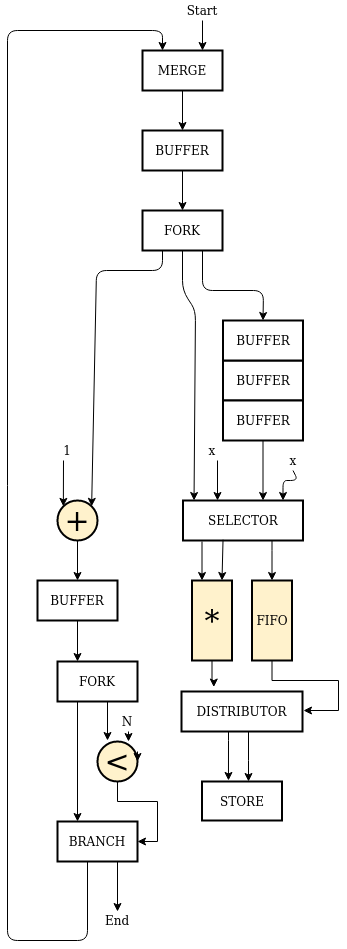
The draw.io diagram blocking_shared.png in axelmarmet/intermediary-presentation, before a commit. Source tidied: cells renumbered, new cells last; positions are measured from the earlier drawing's top-left corner, leaving out a move shared by most shapes.
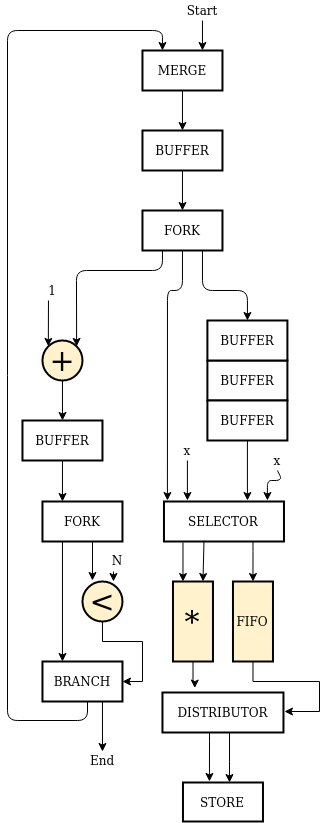
The same file after the commit.

The edit, as a diff of the source:
```diff
@@ -4,230 +4,225 @@
     <mxCell id="1" parent="0" />
     <mxCell id="2" style="endArrow=classic;html=1;entryX=0.75;entryY=0;entryDx=0;entryDy=0;" parent="1" edge="1">
       <mxGeometry relative="1" as="geometry">
-        <mxPoint x="210" y="460" as="sourcePoint" />
-        <mxPoint x="210" y="500" as="targetPoint" />
+        <mxPoint x="157.9" y="440" as="sourcePoint" />
+        <mxPoint x="157.9" y="480" as="targetPoint" />
       </mxGeometry>
     </mxCell>
-    <mxCell id="3" style="endArrow=classic;html=1;entryX=0.092;entryY=0;entryDx=0;entryDy=0;exitX=0.5;exitY=1;exitDx=0;exitDy=0;entryPerimeter=0;" parent="1" edge="1" source="8" target="40">
+    <mxCell id="3" style="endArrow=classic;html=1;entryX=0.25;entryY=0;entryDx=0;entryDy=0;exitX=0.5;exitY=1;exitDx=0;exitDy=0;" parent="1" edge="1" source="8">
       <mxGeometry relative="1" as="geometry">
+        <mxPoint x="137.9" y="480" as="targetPoint" />
         <Array as="points">
-          <mxPoint x="175" y="290" />
-          <mxPoint x="188" y="310" />
+          <mxPoint x="153" y="270" />
+          <mxPoint x="138" y="270" />
         </Array>
       </mxGeometry>
     </mxCell>
     <mxCell id="4" style="endArrow=classic;html=1;entryX=0.5;entryY=0;entryDx=0;entryDy=0;exitX=0.75;exitY=1;exitDx=0;exitDy=0;" parent="1" edge="1" source="8" target="35">
       <mxGeometry relative="1" as="geometry">
         <Array as="points">
-          <mxPoint x="195" y="290" />
-          <mxPoint x="256" y="290" />
+          <mxPoint x="173" y="270" />
+          <mxPoint x="218" y="270" />
         </Array>
       </mxGeometry>
     </mxCell>
     <mxCell id="5" style="endArrow=classic;html=1;entryX=0.75;entryY=0;entryDx=0;entryDy=0;exitX=0.5;exitY=1;exitDx=0;exitDy=0;" parent="1" edge="1" source="6">
       <mxGeometry relative="1" as="geometry">
-        <mxPoint x="275.5" y="500" as="targetPoint" />
+        <mxPoint x="237.9" y="480" as="targetPoint" />
         <Array as="points">
-          <mxPoint x="290.5" y="480" />
-          <mxPoint x="275.5" y="480" />
+          <mxPoint x="252.9" y="460" />
+          <mxPoint x="237.9" y="460" />
         </Array>
       </mxGeometry>
     </mxCell>
     <mxCell id="6" value="&lt;div&gt;x&lt;br&gt;&lt;/div&gt;" style="text;html=1;strokeColor=none;fillColor=none;align=center;verticalAlign=middle;whiteSpace=wrap;rounded=0;" parent="1" vertex="1">
-      <mxGeometry x="265.5" y="450" width="40" height="20" as="geometry" />
+      <mxGeometry x="227.9" y="430" width="40" height="20" as="geometry" />
     </mxCell>
     <mxCell id="7" value="&lt;div&gt;x&lt;br&gt;&lt;/div&gt;" style="text;html=1;strokeColor=none;fillColor=none;align=center;verticalAlign=middle;whiteSpace=wrap;rounded=0;" parent="1" vertex="1">
-      <mxGeometry x="184.5" y="440" width="40" height="20" as="geometry" />
+      <mxGeometry x="137.9" y="420" width="40" height="20" as="geometry" />
     </mxCell>
     <mxCell id="8" value="FORK" style="rounded=0;whiteSpace=wrap;html=1;strokeColor=#000000;strokeWidth=2;" parent="1" vertex="1">
-      <mxGeometry x="135" y="210" width="80" height="40" as="geometry" />
+      <mxGeometry x="113" y="190" width="80" height="40" as="geometry" />
     </mxCell>
     <mxCell id="9" style="edgeStyle=orthogonalEdgeStyle;rounded=0;jettySize=auto;html=1;entryX=0.5;entryY=0;entryDx=0;entryDy=0;fontSize=30;" parent="1" edge="1" source="10" target="31">
       <mxGeometry relative="1" as="geometry" />
     </mxCell>
     <mxCell id="10" value="MERGE" style="rounded=0;whiteSpace=wrap;html=1;strokeColor=#000000;strokeWidth=2;" parent="1" vertex="1">
-      <mxGeometry x="135" y="50" width="80" height="40" as="geometry" />
+      <mxGeometry x="113" y="30" width="80" height="40" as="geometry" />
     </mxCell>
     <mxCell id="11" style="edgeStyle=orthogonalEdgeStyle;rounded=0;jettySize=auto;html=1;fontSize=30;" parent="1" edge="1" source="12" target="33">
       <mxGeometry relative="1" as="geometry" />
     </mxCell>
     <mxCell id="12" value="&lt;div style=&quot;font-size: 30px&quot;&gt;&lt;font style=&quot;font-size: 30px&quot;&gt;+&lt;br&gt;&lt;/font&gt;&lt;/div&gt;" style="ellipse;whiteSpace=wrap;html=1;strokeColor=#000000;strokeWidth=2;fillColor=#fff2cc;" parent="1" vertex="1">
-      <mxGeometry x="50" y="500" width="40" height="40" as="geometry" />
+      <mxGeometry x="13" y="320" width="40" height="40" as="geometry" />
     </mxCell>
     <mxCell id="13" style="endArrow=classic;html=1;exitX=0.25;exitY=1;exitDx=0;exitDy=0;entryX=1;entryY=0;entryDx=0;entryDy=0;" parent="1" edge="1" source="8" target="12">
       <mxGeometry relative="1" as="geometry">
         <Array as="points">
-          <mxPoint x="155" y="270" />
-          <mxPoint x="89" y="270" />
+          <mxPoint x="133" y="250" />
+          <mxPoint x="47" y="250" />
         </Array>
       </mxGeometry>
     </mxCell>
     <mxCell id="14" style="endArrow=classic;html=1;entryX=0;entryY=0;entryDx=0;entryDy=0;" parent="1" edge="1" target="12">
       <mxGeometry relative="1" as="geometry">
-        <mxPoint x="56" y="460" as="sourcePoint" />
+        <mxPoint x="19" y="280" as="sourcePoint" />
       </mxGeometry>
     </mxCell>
     <mxCell id="15" style="edgeStyle=orthogonalEdgeStyle;rounded=0;jettySize=auto;html=1;entryX=1;entryY=0.5;entryDx=0;entryDy=0;fontSize=30;" parent="1" edge="1" source="16" target="25">
       <mxGeometry relative="1" as="geometry" />
     </mxCell>
     <mxCell id="16" value="&amp;lt;" style="ellipse;whiteSpace=wrap;html=1;strokeColor=#000000;strokeWidth=2;fillColor=#fff2cc;fontSize=30;" parent="1" vertex="1">
-      <mxGeometry x="90" y="741" width="40" height="40" as="geometry" />
+      <mxGeometry x="53" y="561" width="40" height="40" as="geometry" />
     </mxCell>
     <mxCell id="17" style="edgeStyle=orthogonalEdgeStyle;rounded=0;jettySize=auto;html=1;exitX=0.25;exitY=1;exitDx=0;exitDy=0;entryX=0.25;entryY=-0.025;entryDx=0;entryDy=0;entryPerimeter=0;fontSize=30;" parent="1" edge="1" source="18" target="16">
       <mxGeometry relative="1" as="geometry" />
     </mxCell>
     <mxCell id="18" value="N" style="text;html=1;strokeColor=none;fillColor=none;align=center;verticalAlign=middle;whiteSpace=wrap;rounded=0;" parent="1" vertex="1">
-      <mxGeometry x="90" y="681" width="40" height="20" as="geometry" />
+      <mxGeometry x="53" y="501" width="40" height="20" as="geometry" />
     </mxCell>
     <mxCell id="19" value="FORK" style="rounded=0;whiteSpace=wrap;html=1;strokeColor=#000000;strokeWidth=2;" parent="1" vertex="1">
-      <mxGeometry x="50" y="661" width="80" height="40" as="geometry" />
+      <mxGeometry x="13" y="481" width="80" height="40" as="geometry" />
     </mxCell>
     <mxCell id="20" style="edgeStyle=orthogonalEdgeStyle;rounded=0;jettySize=auto;html=1;entryX=0.775;entryY=0;entryDx=0;entryDy=0;entryPerimeter=0;fontSize=30;" parent="1" edge="1" target="16">
       <mxGeometry relative="1" as="geometry">
-        <mxPoint x="121" y="731" as="sourcePoint" />
+        <mxPoint x="84" y="551" as="sourcePoint" />
       </mxGeometry>
     </mxCell>
     <mxCell id="21" value="N" style="text;html=1;strokeColor=none;fillColor=none;align=center;verticalAlign=middle;whiteSpace=wrap;rounded=0;" parent="1" vertex="1">
-      <mxGeometry x="100" y="711" width="40" height="20" as="geometry" />
+      <mxGeometry x="68" y="530" width="40" height="20" as="geometry" />
     </mxCell>
     <mxCell id="22" style="edgeStyle=orthogonalEdgeStyle;rounded=0;jettySize=auto;html=1;fontSize=30;exitX=0.25;exitY=1;exitDx=0;exitDy=0;" parent="1" edge="1" source="19">
       <mxGeometry relative="1" as="geometry">
-        <mxPoint x="70" y="821" as="targetPoint" />
+        <mxPoint x="33" y="641" as="targetPoint" />
       </mxGeometry>
     </mxCell>
     <mxCell id="23" style="edgeStyle=orthogonalEdgeStyle;rounded=0;jettySize=auto;html=1;fontSize=30;" parent="1" edge="1" source="25">
       <mxGeometry relative="1" as="geometry">
-        <mxPoint x="110" y="911" as="targetPoint" />
+        <mxPoint x="73" y="731" as="targetPoint" />
         <Array as="points">
-          <mxPoint x="110" y="911" />
+          <mxPoint x="73" y="731" />
         </Array>
       </mxGeometry>
     </mxCell>
     <mxCell id="24" style="edgeStyle=orthogonalEdgeStyle;rounded=1;jettySize=auto;html=1;entryX=0.25;entryY=0;entryDx=0;entryDy=0;fontSize=30;" parent="1" edge="1" source="25" target="10">
       <mxGeometry relative="1" as="geometry">
         <Array as="points">
-          <mxPoint x="80" y="940" />
-          <mxPoint y="940" />
-          <mxPoint y="30" />
-          <mxPoint x="155" y="30" />
+          <mxPoint x="58" y="700" />
+          <mxPoint x="-22" y="700" />
+          <mxPoint x="-22" y="10" />
+          <mxPoint x="133" y="10" />
         </Array>
       </mxGeometry>
     </mxCell>
     <mxCell id="25" value="BRANCH" style="rounded=0;whiteSpace=wrap;html=1;strokeColor=#000000;strokeWidth=2;" parent="1" vertex="1">
-      <mxGeometry x="50" y="821" width="80" height="40" as="geometry" />
+      <mxGeometry x="13" y="641" width="80" height="40" as="geometry" />
     </mxCell>
     <mxCell id="26" style="edgeStyle=orthogonalEdgeStyle;rounded=0;orthogonalLoop=1;jettySize=auto;html=1;" parent="1" edge="1">
       <mxGeometry relative="1" as="geometry">
-        <mxPoint x="195" y="20" as="sourcePoint" />
-        <mxPoint x="195" y="50" as="targetPoint" />
+        <mxPoint x="173" as="sourcePoint" />
+        <mxPoint x="173" y="30" as="targetPoint" />
       </mxGeometry>
     </mxCell>
     <mxCell id="27" value="Start" style="text;html=1;strokeColor=none;fillColor=none;align=center;verticalAlign=middle;whiteSpace=wrap;rounded=0;" parent="1" vertex="1">
-      <mxGeometry x="175" width="40" height="20" as="geometry" />
+      <mxGeometry x="153" y="-20" width="40" height="20" as="geometry" />
     </mxCell>
     <mxCell id="28" value="1" style="text;html=1;strokeColor=none;fillColor=none;align=center;verticalAlign=middle;whiteSpace=wrap;rounded=0;" parent="1" vertex="1">
-      <mxGeometry x="40" y="440" width="40" height="20" as="geometry" />
+      <mxGeometry x="3" y="260" width="40" height="20" as="geometry" />
     </mxCell>
-    <mxCell id="29" value="End" style="text;html=1;strokeColor=none;fillColor=none;align=center;verticalAlign=middle;whiteSpace=wrap;rounded=0;" parent="1" vertex="1">
-      <mxGeometry x="90" y="910" width="40" height="20" as="geometry" />
+    <mxCell id="29" value="End" style="text;html=1;strokeColor=none;fillColor=none;align=center;verticalAlign=middle;whiteSpace=wrap;rounded=0;rotation=0;" parent="1" vertex="1">
+      <mxGeometry x="53" y="730" width="40" height="20" as="geometry" />
     </mxCell>
     <mxCell id="30" style="edgeStyle=orthogonalEdgeStyle;rounded=1;jettySize=auto;html=1;entryX=0.5;entryY=0;entryDx=0;entryDy=0;fontSize=30;" parent="1" edge="1" source="31" target="8">
       <mxGeometry relative="1" as="geometry" />
     </mxCell>
     <mxCell id="31" value="BUFFER" style="rounded=0;whiteSpace=wrap;html=1;strokeColor=#000000;strokeWidth=2;" parent="1" vertex="1">
-      <mxGeometry x="135" y="130" width="80" height="40" as="geometry" />
+      <mxGeometry x="113" y="110" width="80" height="40" as="geometry" />
     </mxCell>
     <mxCell id="32" style="edgeStyle=orthogonalEdgeStyle;rounded=0;jettySize=auto;html=1;entryX=0.25;entryY=0;entryDx=0;entryDy=0;fontSize=30;" parent="1" edge="1" source="33" target="19">
       <mxGeometry relative="1" as="geometry" />
     </mxCell>
     <mxCell id="33" value="BUFFER" style="rounded=0;whiteSpace=wrap;html=1;strokeColor=#000000;strokeWidth=2;" parent="1" vertex="1">
-      <mxGeometry x="30" y="580" width="80" height="40" as="geometry" />
+      <mxGeometry x="-7" y="400" width="80" height="40" as="geometry" />
     </mxCell>
     <mxCell id="34" value="BUFFER" style="rounded=0;whiteSpace=wrap;html=1;strokeColor=#000000;strokeWidth=2;" parent="1" vertex="1">
-      <mxGeometry x="215.5" y="360" width="80" height="40" as="geometry" />
+      <mxGeometry x="177.9" y="340" width="80" height="40" as="geometry" />
     </mxCell>
     <mxCell id="35" value="BUFFER" style="rounded=0;whiteSpace=wrap;html=1;strokeColor=#000000;strokeWidth=2;" parent="1" vertex="1">
-      <mxGeometry x="215.5" y="320" width="80" height="40" as="geometry" />
+      <mxGeometry x="177.9" y="300" width="80" height="40" as="geometry" />
     </mxCell>
     <mxCell id="36" style="edgeStyle=orthogonalEdgeStyle;rounded=0;jettySize=auto;html=1;entryX=0.25;entryY=0;entryDx=0;entryDy=0;fontSize=30;" parent="1" edge="1" source="37">
       <mxGeometry relative="1" as="geometry">
-        <mxPoint x="255.5" y="500" as="targetPoint" />
+        <mxPoint x="217.9" y="480" as="targetPoint" />
       </mxGeometry>
     </mxCell>
     <mxCell id="37" value="BUFFER" style="rounded=0;whiteSpace=wrap;html=1;strokeColor=#000000;strokeWidth=2;" parent="1" vertex="1">
-      <mxGeometry x="215.5" y="400" width="80" height="40" as="geometry" />
+      <mxGeometry x="177.9" y="380" width="80" height="40" as="geometry" />
     </mxCell>
-    <mxCell id="38" style="edgeStyle=orthogonalEdgeStyle;rounded=0;orthogonalLoop=1;jettySize=auto;html=1;entryX=0.775;entryY=0;entryDx=0;entryDy=0;entryPerimeter=0;fontSize=30;" parent="1" edge="1">
+    <mxCell id="38" style="edgeStyle=orthogonalEdgeStyle;rounded=0;orthogonalLoop=1;jettySize=auto;html=1;fontSize=30;" parent="1" edge="1">
       <mxGeometry relative="1" as="geometry">
-        <mxPoint x="130" y="751" as="sourcePoint" />
-        <mxPoint x="130" y="761" as="targetPoint" />
+        <mxPoint x="223.5" y="521" as="sourcePoint" />
+        <mxPoint x="223.5" y="561" as="targetPoint" />
+        <Array as="points">
+          <mxPoint x="223.5" y="531" />
+          <mxPoint x="223.5" y="531" />
+        </Array>
       </mxGeometry>
     </mxCell>
-    <mxCell id="39" style="edgeStyle=orthogonalEdgeStyle;rounded=0;orthogonalLoop=1;jettySize=auto;html=1;fontSize=30;" parent="1" edge="1">
-      <mxGeometry relative="1" as="geometry">
-        <mxPoint x="264.5" y="540" as="sourcePoint" />
-        <mxPoint x="264.5" y="580" as="targetPoint" />
-        <Array as="points">
-          <mxPoint x="264.5" y="550" />
-          <mxPoint x="264.5" y="550" />
-        </Array>
-      </mxGeometry>
+    <mxCell id="39" value="SELECTOR" style="rounded=0;whiteSpace=wrap;html=1;strokeColor=#000000;strokeWidth=2;" parent="1" vertex="1">
+      <mxGeometry x="134.5" y="481" width="120" height="40" as="geometry" />
     </mxCell>
-    <mxCell id="40" value="SELECTOR" style="rounded=0;whiteSpace=wrap;html=1;strokeColor=#000000;strokeWidth=2;" parent="1" vertex="1">
-      <mxGeometry x="175.5" y="500" width="120" height="40" as="geometry" />
+    <mxCell id="40" style="edgeStyle=orthogonalEdgeStyle;rounded=0;jettySize=auto;html=1;entryX=0.263;entryY=-0.086;entryDx=0;entryDy=0;entryPerimeter=0;fontSize=30;" parent="1" edge="1" source="41">
+      <mxGeometry relative="1" as="geometry">
+        <mxPoint x="165.3" y="667.6" as="targetPoint" />
+      </mxGeometry>
     </mxCell>
-    <mxCell id="41" style="edgeStyle=orthogonalEdgeStyle;rounded=0;jettySize=auto;html=1;entryX=0.263;entryY=-0.086;entryDx=0;entryDy=0;entryPerimeter=0;fontSize=30;" parent="1" edge="1" source="42">
-      <mxGeometry relative="1" as="geometry">
-        <mxPoint x="206.3" y="686.6" as="targetPoint" />
-      </mxGeometry>
+    <mxCell id="41" value="&lt;div&gt;&lt;font style=&quot;font-size: 30px&quot;&gt;*&lt;/font&gt;&lt;/div&gt;" style="rounded=0;whiteSpace=wrap;html=1;fillColor=#fff2cc;strokeColor=#000000;strokeWidth=2;" parent="1" vertex="1">
+      <mxGeometry x="143.5" y="561" width="40" height="80" as="geometry" />
     </mxCell>
-    <mxCell id="42" value="&lt;div&gt;&lt;font style=&quot;font-size: 30px&quot;&gt;*&lt;/font&gt;&lt;/div&gt;" style="rounded=0;whiteSpace=wrap;html=1;fillColor=#fff2cc;strokeColor=#000000;strokeWidth=2;" parent="1" vertex="1">
-      <mxGeometry x="184.5" y="580" width="40" height="80" as="geometry" />
+    <mxCell id="42" style="endArrow=classic;html=1;entryX=0.75;entryY=0;entryDx=0;entryDy=0;exitX=0.342;exitY=0.979;exitDx=0;exitDy=0;exitPerimeter=0;" parent="1" edge="1" target="41">
+      <mxGeometry relative="1" as="geometry">
+        <mxPoint x="174.5" y="520.2" as="sourcePoint" />
+      </mxGeometry>
     </mxCell>
-    <mxCell id="43" style="endArrow=classic;html=1;entryX=0.75;entryY=0;entryDx=0;entryDy=0;exitX=0.342;exitY=0.979;exitDx=0;exitDy=0;exitPerimeter=0;" parent="1" edge="1" target="42">
+    <mxCell id="43" style="endArrow=classic;html=1;entryX=0.25;entryY=0;entryDx=0;entryDy=0;" parent="1" edge="1" target="41">
       <mxGeometry relative="1" as="geometry">
-        <mxPoint x="215.5" y="539.2" as="sourcePoint" />
+        <mxPoint x="153.5" y="522" as="sourcePoint" />
       </mxGeometry>
     </mxCell>
-    <mxCell id="44" style="endArrow=classic;html=1;entryX=0.25;entryY=0;entryDx=0;entryDy=0;" parent="1" edge="1" target="42">
+    <mxCell id="44" style="edgeStyle=orthogonalEdgeStyle;rounded=0;jettySize=auto;html=1;entryX=0.331;entryY=-0.026;entryDx=0;entryDy=0;entryPerimeter=0;" parent="1" edge="1" source="46" target="49">
       <mxGeometry relative="1" as="geometry">
-        <mxPoint x="194.5" y="541" as="sourcePoint" />
+        <Array as="points">
+          <mxPoint x="180" y="721" />
+          <mxPoint x="180" y="721" />
+        </Array>
       </mxGeometry>
     </mxCell>
-    <mxCell id="45" style="edgeStyle=orthogonalEdgeStyle;rounded=0;jettySize=auto;html=1;entryX=0.331;entryY=-0.026;entryDx=0;entryDy=0;entryPerimeter=0;" parent="1" edge="1" source="47" target="50">
+    <mxCell id="45" style="edgeStyle=orthogonalEdgeStyle;rounded=0;jettySize=auto;html=1;" parent="1" edge="1" source="46" target="49">
       <mxGeometry relative="1" as="geometry">
         <Array as="points">
-          <mxPoint x="221" y="740" />
-          <mxPoint x="221" y="740" />
+          <mxPoint x="200" y="741" />
+          <mxPoint x="200" y="741" />
         </Array>
       </mxGeometry>
     </mxCell>
-    <mxCell id="46" style="edgeStyle=orthogonalEdgeStyle;rounded=0;jettySize=auto;html=1;" parent="1" edge="1" source="47" target="50">
-      <mxGeometry relative="1" as="geometry">
-        <Array as="points">
-          <mxPoint x="241" y="760" />
-          <mxPoint x="241" y="760" />
-        </Array>
-      </mxGeometry>
+    <mxCell id="46" value="DISTRIBUTOR" style="rounded=0;whiteSpace=wrap;html=1;strokeColor=#000000;strokeWidth=2;" parent="1" vertex="1">
+      <mxGeometry x="133" y="672" width="121" height="40" as="geometry" />
     </mxCell>
-    <mxCell id="47" value="DISTRIBUTOR" style="rounded=0;whiteSpace=wrap;html=1;strokeColor=#000000;strokeWidth=2;" parent="1" vertex="1">
-      <mxGeometry x="174" y="691" width="121" height="40" as="geometry" />
+    <mxCell id="47" style="edgeStyle=orthogonalEdgeStyle;rounded=0;jettySize=auto;html=1;fontSize=30;exitX=0.5;exitY=1;exitDx=0;exitDy=0;" parent="1" edge="1" source="48">
+      <mxGeometry relative="1" as="geometry">
+        <mxPoint x="255" y="691" as="targetPoint" />
+        <Array as="points">
+          <mxPoint x="223" y="661" />
+          <mxPoint x="290" y="661" />
+          <mxPoint x="290" y="691" />
+        </Array>
+      </mxGeometry>
     </mxCell>
-    <mxCell id="48" style="edgeStyle=orthogonalEdgeStyle;rounded=0;jettySize=auto;html=1;fontSize=30;exitX=0.5;exitY=1;exitDx=0;exitDy=0;" parent="1" edge="1" source="49">
-      <mxGeometry relative="1" as="geometry">
-        <mxPoint x="296" y="710" as="targetPoint" />
-        <Array as="points">
-          <mxPoint x="264" y="680" />
-          <mxPoint x="331" y="680" />
-          <mxPoint x="331" y="710" />
-        </Array>
-      </mxGeometry>
+    <mxCell id="48" value="FIFO" style="rounded=0;whiteSpace=wrap;html=1;fillColor=#fff2cc;strokeColor=#000000;strokeWidth=2;" parent="1" vertex="1">
+      <mxGeometry x="203.5" y="561" width="40" height="80" as="geometry" />
     </mxCell>
-    <mxCell id="49" value="FIFO" style="rounded=0;whiteSpace=wrap;html=1;fillColor=#fff2cc;strokeColor=#000000;strokeWidth=2;" parent="1" vertex="1">
-      <mxGeometry x="244.5" y="580" width="40" height="80" as="geometry" />
+    <mxCell id="49" value="STORE" style="rounded=0;whiteSpace=wrap;html=1;strokeColor=#000000;strokeWidth=2;" parent="1" vertex="1">
+      <mxGeometry x="153.5" y="762" width="80" height="39" as="geometry" />
     </mxCell>
-    <mxCell id="50" value="STORE" style="rounded=0;whiteSpace=wrap;html=1;strokeColor=#000000;strokeWidth=2;" parent="1" vertex="1">
-      <mxGeometry x="194.5" y="781" width="80" height="39" as="geometry" />
-    </mxCell>
   </root>
 </mxGraphModel>
```
